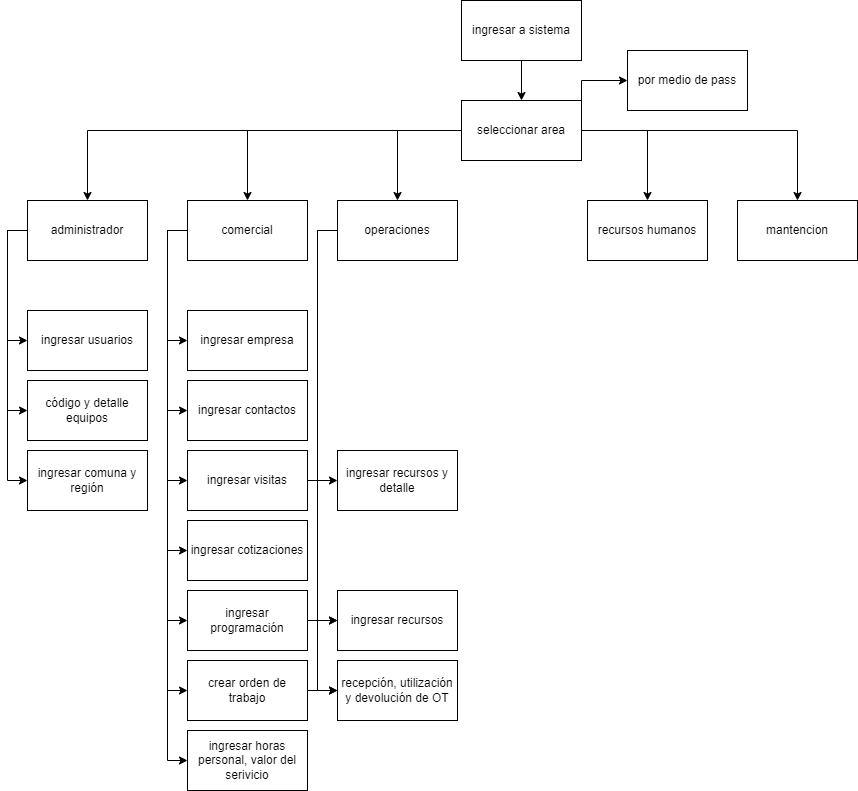
This is Diagrama sin título.drawio.png from Tebaah/Web-SistemaGestion, a draw.io export, as it was before one commit. Source tidied: cells renumbered, new cells last; positions are measured from the earlier drawing's top-left corner, leaving out a move shared by most shapes.
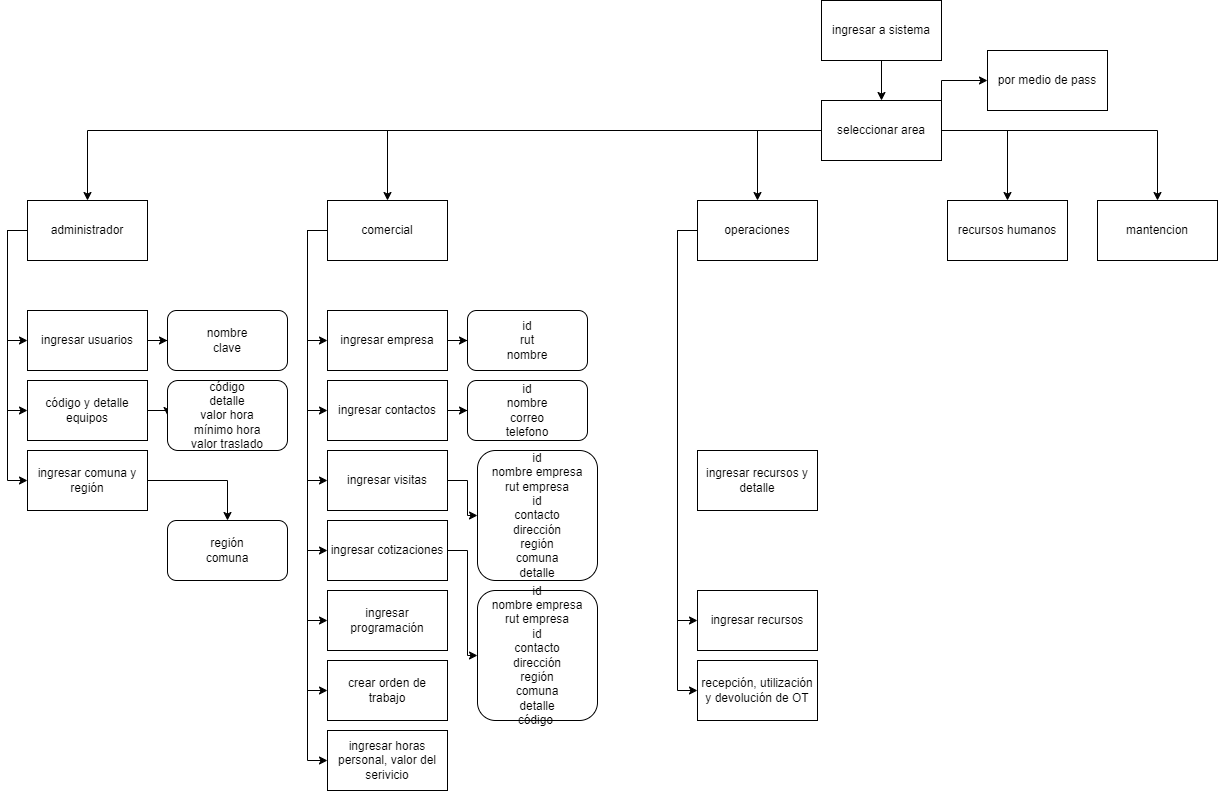
Above is the later version.

What changed in the source:
```diff
@@ -52,127 +52,144 @@
     <mxCell id="16" style="edgeStyle=orthogonalEdgeStyle;rounded=0;jettySize=auto;html=1;entryX=0;entryY=0.5;entryDx=0;entryDy=0;" parent="1" edge="1" source="23" target="24">
       <mxGeometry relative="1" as="geometry">
         <Array as="points">
-          <mxPoint x="160" y="230" />
-          <mxPoint x="160" y="340" />
+          <mxPoint x="-60" y="230" />
+          <mxPoint x="-60" y="340" />
         </Array>
       </mxGeometry>
     </mxCell>
     <mxCell id="17" style="edgeStyle=orthogonalEdgeStyle;rounded=0;jettySize=auto;html=1;entryX=0;entryY=0.5;entryDx=0;entryDy=0;" parent="1" edge="1" source="23" target="27">
       <mxGeometry relative="1" as="geometry">
         <Array as="points">
-          <mxPoint x="160" y="230" />
-          <mxPoint x="160" y="410" />
+          <mxPoint x="-60" y="230" />
+          <mxPoint x="-60" y="410" />
         </Array>
       </mxGeometry>
     </mxCell>
     <mxCell id="18" style="edgeStyle=orthogonalEdgeStyle;rounded=0;jettySize=auto;html=1;entryX=0;entryY=0.5;entryDx=0;entryDy=0;" parent="1" edge="1" source="23" target="26">
       <mxGeometry relative="1" as="geometry">
         <Array as="points">
-          <mxPoint x="160" y="230" />
-          <mxPoint x="160" y="480" />
+          <mxPoint x="-60" y="230" />
+          <mxPoint x="-60" y="480" />
         </Array>
       </mxGeometry>
     </mxCell>
     <mxCell id="19" style="edgeStyle=orthogonalEdgeStyle;rounded=0;jettySize=auto;html=1;entryX=0;entryY=0.5;entryDx=0;entryDy=0;" parent="1" edge="1" source="23" target="28">
       <mxGeometry relative="1" as="geometry">
         <Array as="points">
-          <mxPoint x="160" y="230" />
-          <mxPoint x="160" y="550" />
+          <mxPoint x="-60" y="230" />
+          <mxPoint x="-60" y="550" />
         </Array>
       </mxGeometry>
     </mxCell>
     <mxCell id="20" style="edgeStyle=orthogonalEdgeStyle;rounded=0;jettySize=auto;html=1;entryX=0;entryY=0.5;entryDx=0;entryDy=0;" parent="1" edge="1" source="23" target="30">
       <mxGeometry relative="1" as="geometry">
         <Array as="points">
-          <mxPoint x="160" y="230" />
-          <mxPoint x="160" y="620" />
+          <mxPoint x="-60" y="230" />
+          <mxPoint x="-60" y="620" />
         </Array>
       </mxGeometry>
     </mxCell>
     <mxCell id="21" style="edgeStyle=orthogonalEdgeStyle;rounded=0;jettySize=auto;html=1;entryX=0;entryY=0.5;entryDx=0;entryDy=0;" parent="1" edge="1" source="23" target="32">
       <mxGeometry relative="1" as="geometry">
         <Array as="points">
-          <mxPoint x="160" y="230" />
-          <mxPoint x="160" y="690" />
+          <mxPoint x="-60" y="230" />
+          <mxPoint x="-60" y="690" />
         </Array>
       </mxGeometry>
     </mxCell>
     <mxCell id="22" style="edgeStyle=orthogonalEdgeStyle;rounded=0;jettySize=auto;html=1;entryX=0;entryY=0.5;entryDx=0;entryDy=0;" parent="1" edge="1" source="23" target="39">
       <mxGeometry relative="1" as="geometry">
         <Array as="points">
-          <mxPoint x="160" y="230" />
-          <mxPoint x="160" y="760" />
+          <mxPoint x="-60" y="230" />
+          <mxPoint x="-60" y="760" />
         </Array>
       </mxGeometry>
     </mxCell>
     <mxCell id="23" value="comercial" style="rounded=0;whiteSpace=wrap;html=1;" parent="1" vertex="1">
-      <mxGeometry x="180" y="200" width="120" height="60" as="geometry" />
+      <mxGeometry x="-40" y="200" width="120" height="60" as="geometry" />
     </mxCell>
+    <mxCell id="45" style="edgeStyle=orthogonalEdgeStyle;rounded=0;jettySize=auto;html=1;" parent="1" edge="1" source="24" target="55">
+      <mxGeometry relative="1" as="geometry" />
+    </mxCell>
     <mxCell id="24" value="ingresar empresa" style="rounded=0;whiteSpace=wrap;html=1;" parent="1" vertex="1">
-      <mxGeometry x="180" y="310" width="120" height="60" as="geometry" />
+      <mxGeometry x="-40" y="310" width="120" height="60" as="geometry" />
     </mxCell>
-    <mxCell id="25" style="edgeStyle=orthogonalEdgeStyle;rounded=0;jettySize=auto;html=1;" parent="1" edge="1" source="26" target="43">
-      <mxGeometry relative="1" as="geometry" />
-    </mxCell>
+    <mxCell id="46" style="edgeStyle=orthogonalEdgeStyle;rounded=0;jettySize=auto;html=1;" parent="1" edge="1" source="26" target="57">
+      <mxGeometry relative="1" as="geometry" />
+    </mxCell>
     <mxCell id="26" value="ingresar visitas" style="rounded=0;whiteSpace=wrap;html=1;" parent="1" vertex="1">
-      <mxGeometry x="180" y="450" width="120" height="60" as="geometry" />
+      <mxGeometry x="-40" y="450" width="120" height="60" as="geometry" />
     </mxCell>
+    <mxCell id="47" style="edgeStyle=orthogonalEdgeStyle;rounded=0;jettySize=auto;html=1;" parent="1" edge="1" source="27" target="56">
+      <mxGeometry relative="1" as="geometry" />
+    </mxCell>
     <mxCell id="27" value="ingresar contactos" style="rounded=0;whiteSpace=wrap;html=1;" parent="1" vertex="1">
-      <mxGeometry x="180" y="380" width="120" height="60" as="geometry" />
+      <mxGeometry x="-40" y="380" width="120" height="60" as="geometry" />
     </mxCell>
+    <mxCell id="48" style="edgeStyle=orthogonalEdgeStyle;rounded=0;jettySize=auto;html=1;exitX=1;exitY=0.5;exitDx=0;exitDy=0;entryX=0;entryY=0.5;entryDx=0;entryDy=0;" parent="1" edge="1" source="28" target="58">
+      <mxGeometry relative="1" as="geometry">
+        <Array as="points">
+          <mxPoint x="100" y="550" />
+          <mxPoint x="100" y="655" />
+        </Array>
+      </mxGeometry>
+    </mxCell>
     <mxCell id="28" value="ingresar cotizaciones" style="rounded=0;whiteSpace=wrap;html=1;" parent="1" vertex="1">
-      <mxGeometry x="180" y="520" width="120" height="60" as="geometry" />
+      <mxGeometry x="-40" y="520" width="120" height="60" as="geometry" />
     </mxCell>
-    <mxCell id="29" style="edgeStyle=orthogonalEdgeStyle;rounded=0;jettySize=auto;html=1;" parent="1" edge="1" source="30" target="42">
-      <mxGeometry relative="1" as="geometry" />
-    </mxCell>
     <mxCell id="30" value="ingresar programación" style="rounded=0;whiteSpace=wrap;html=1;" parent="1" vertex="1">
-      <mxGeometry x="180" y="590" width="120" height="60" as="geometry" />
+      <mxGeometry x="-40" y="590" width="120" height="60" as="geometry" />
     </mxCell>
-    <mxCell id="31" style="edgeStyle=orthogonalEdgeStyle;rounded=0;jettySize=auto;html=1;" parent="1" edge="1" source="32" target="44">
-      <mxGeometry relative="1" as="geometry" />
-    </mxCell>
     <mxCell id="32" value="crear orden de trabajo" style="rounded=0;whiteSpace=wrap;html=1;" parent="1" vertex="1">
-      <mxGeometry x="180" y="660" width="120" height="60" as="geometry" />
+      <mxGeometry x="-40" y="660" width="120" height="60" as="geometry" />
     </mxCell>
     <mxCell id="33" style="edgeStyle=orthogonalEdgeStyle;rounded=0;jettySize=auto;html=1;entryX=0;entryY=0.5;entryDx=0;entryDy=0;" parent="1" edge="1" source="36" target="37">
       <mxGeometry relative="1" as="geometry">
         <Array as="points">
-          <mxPoint y="230" />
-          <mxPoint y="480" />
+          <mxPoint x="-360" y="230" />
+          <mxPoint x="-360" y="480" />
         </Array>
       </mxGeometry>
     </mxCell>
     <mxCell id="34" style="edgeStyle=orthogonalEdgeStyle;rounded=0;jettySize=auto;html=1;entryX=0;entryY=0.5;entryDx=0;entryDy=0;" parent="1" edge="1" source="36" target="38">
       <mxGeometry relative="1" as="geometry">
         <Array as="points">
-          <mxPoint y="230" />
-          <mxPoint y="410" />
+          <mxPoint x="-360" y="230" />
+          <mxPoint x="-360" y="410" />
         </Array>
       </mxGeometry>
     </mxCell>
     <mxCell id="35" style="edgeStyle=orthogonalEdgeStyle;rounded=0;jettySize=auto;html=1;entryX=0;entryY=0.5;entryDx=0;entryDy=0;" parent="1" edge="1" source="36" target="40">
       <mxGeometry relative="1" as="geometry">
         <Array as="points">
-          <mxPoint y="230" />
-          <mxPoint y="340" />
+          <mxPoint x="-360" y="230" />
+          <mxPoint x="-360" y="340" />
         </Array>
       </mxGeometry>
     </mxCell>
     <mxCell id="36" value="administrador" style="rounded=0;whiteSpace=wrap;html=1;" parent="1" vertex="1">
-      <mxGeometry x="20" y="200" width="120" height="60" as="geometry" />
+      <mxGeometry x="-340" y="200" width="120" height="60" as="geometry" />
     </mxCell>
+    <mxCell id="49" style="edgeStyle=orthogonalEdgeStyle;rounded=0;jettySize=auto;html=1;" parent="1" edge="1" source="37" target="54">
+      <mxGeometry relative="1" as="geometry" />
+    </mxCell>
     <mxCell id="37" value="ingresar comuna y región" style="rounded=0;whiteSpace=wrap;html=1;" parent="1" vertex="1">
-      <mxGeometry x="20" y="450" width="120" height="60" as="geometry" />
+      <mxGeometry x="-340" y="450" width="120" height="60" as="geometry" />
     </mxCell>
+    <mxCell id="50" style="edgeStyle=orthogonalEdgeStyle;rounded=0;jettySize=auto;html=1;" parent="1" edge="1" source="38" target="53">
+      <mxGeometry relative="1" as="geometry" />
+    </mxCell>
     <mxCell id="38" value="código y detalle equipos" style="rounded=0;whiteSpace=wrap;html=1;" parent="1" vertex="1">
-      <mxGeometry x="20" y="380" width="120" height="60" as="geometry" />
+      <mxGeometry x="-340" y="380" width="120" height="60" as="geometry" />
     </mxCell>
     <mxCell id="39" value="ingresar horas personal, valor del serivicio" style="rounded=0;whiteSpace=wrap;html=1;" parent="1" vertex="1">
-      <mxGeometry x="180" y="730" width="120" height="60" as="geometry" />
+      <mxGeometry x="-40" y="730" width="120" height="60" as="geometry" />
     </mxCell>
+    <mxCell id="51" style="edgeStyle=orthogonalEdgeStyle;rounded=0;jettySize=auto;html=1;" parent="1" edge="1" source="40" target="52">
+      <mxGeometry relative="1" as="geometry" />
+    </mxCell>
     <mxCell id="40" value="ingresar usuarios" style="rounded=0;whiteSpace=wrap;html=1;" parent="1" vertex="1">
-      <mxGeometry x="20" y="310" width="120" height="60" as="geometry" />
+      <mxGeometry x="-340" y="310" width="120" height="60" as="geometry" />
     </mxCell>
     <mxCell id="41" value="por medio de pass" style="rounded=0;whiteSpace=wrap;html=1;" parent="1" vertex="1">
       <mxGeometry x="620" y="50" width="120" height="60" as="geometry" />
@@ -186,5 +203,26 @@
     <mxCell id="44" value="recepción, utilización y devolución de OT" style="rounded=0;whiteSpace=wrap;html=1;" parent="1" vertex="1">
       <mxGeometry x="330" y="660" width="120" height="60" as="geometry" />
     </mxCell>
+    <mxCell id="52" value="nombre&lt;div&gt;clave&lt;/div&gt;" style="rounded=1;whiteSpace=wrap;html=1;" parent="1" vertex="1">
+      <mxGeometry x="-200" y="310" width="120" height="60" as="geometry" />
+    </mxCell>
+    <mxCell id="53" value="código&lt;div&gt;detalle&lt;/div&gt;&lt;div&gt;valor hora&lt;/div&gt;&lt;div&gt;mínimo hora&lt;/div&gt;&lt;div&gt;valor traslado&lt;/div&gt;" style="rounded=1;whiteSpace=wrap;html=1;" parent="1" vertex="1">
+      <mxGeometry x="-200" y="380" width="120" height="70" as="geometry" />
+    </mxCell>
+    <mxCell id="54" value="región&lt;div&gt;comuna&lt;/div&gt;" style="rounded=1;whiteSpace=wrap;html=1;" parent="1" vertex="1">
+      <mxGeometry x="-200" y="520" width="120" height="60" as="geometry" />
+    </mxCell>
+    <mxCell id="55" value="&lt;div&gt;id&lt;/div&gt;&lt;div&gt;rut&lt;/div&gt;&lt;div&gt;nombre&lt;/div&gt;" style="rounded=1;whiteSpace=wrap;html=1;" parent="1" vertex="1">
+      <mxGeometry x="100" y="310" width="120" height="60" as="geometry" />
+    </mxCell>
+    <mxCell id="56" value="&lt;div&gt;id&lt;/div&gt;&lt;div&gt;nombre&lt;/div&gt;&lt;div&gt;correo&lt;/div&gt;&lt;div&gt;telefono&lt;/div&gt;" style="rounded=1;whiteSpace=wrap;html=1;" parent="1" vertex="1">
+      <mxGeometry x="100" y="380" width="120" height="60" as="geometry" />
+    </mxCell>
+    <mxCell id="57" value="&lt;div&gt;id&lt;/div&gt;&lt;div&gt;nombre empresa&lt;/div&gt;&lt;div&gt;rut empresa&lt;/div&gt;&lt;div&gt;id&lt;/div&gt;&lt;div&gt;contacto&lt;/div&gt;&lt;div&gt;dirección&lt;/div&gt;&lt;div&gt;región&lt;/div&gt;&lt;div&gt;comuna&lt;/div&gt;&lt;div&gt;detalle&lt;/div&gt;" style="rounded=1;whiteSpace=wrap;html=1;" parent="1" vertex="1">
+      <mxGeometry x="110" y="450" width="120" height="130" as="geometry" />
+    </mxCell>
+    <mxCell id="58" value="&lt;div&gt;id&lt;/div&gt;&lt;div&gt;nombre empresa&lt;/div&gt;&lt;div&gt;rut empresa&lt;/div&gt;&lt;div&gt;id&lt;/div&gt;&lt;div&gt;contacto&lt;/div&gt;&lt;div&gt;dirección&lt;/div&gt;&lt;div&gt;región&lt;/div&gt;&lt;div&gt;comuna&lt;/div&gt;&lt;div&gt;detalle&lt;/div&gt;&lt;div&gt;código&amp;nbsp;&lt;/div&gt;" style="rounded=1;whiteSpace=wrap;html=1;" parent="1" vertex="1">
+      <mxGeometry x="110" y="590" width="120" height="130" as="geometry" />
+    </mxCell>
   </root>
 </mxGraphModel>
```
